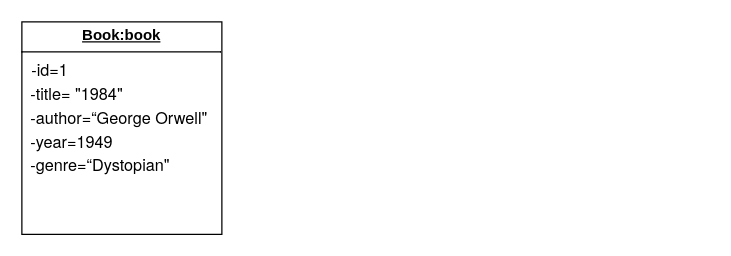
The draw.io diagram オブジェクト図.drawio in SuLeiMin/NewLibrarySystem, before the edit. Source tidied: cells renumbered, new cells numbered last; positions are measured from the earlier drawing's top-left corner, leaving out a move shared by most shapes. Both pictures are drawn from the tidied source at 125%, with x=0, y=0 at pixel (21, 21).
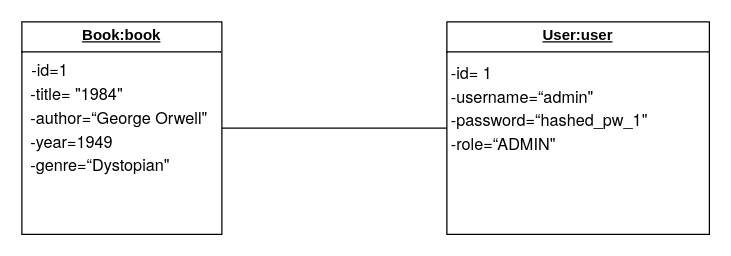
The same diagram, later.

Commit message (it also covers changes not shown here):
Update オブジェクト図.drawio

The edit, as a diff of the source:
```diff
@@
 <mxGraphModel>
   <root>
     <mxCell id="0" />
     <mxCell id="1" parent="0" />
+    <mxCell id="3" style="edgeStyle=orthogonalEdgeStyle;rounded=0;jettySize=auto;html=1;entryX=0;entryY=0.5;entryDx=0;entryDy=0;endArrow=none;startFill=0;" parent="1" edge="1" source="2" target="4">
+      <mxGeometry relative="1" as="geometry" />
+    </mxCell>
     <mxCell id="2" value="&lt;p style=&quot;margin:0px;margin-top:4px;text-align:center;text-decoration:underline;&quot;&gt;&lt;b&gt;Book:book&lt;/b&gt;&lt;/p&gt;&lt;hr size=&quot;1&quot; style=&quot;border-style:solid;&quot;&gt;&lt;p style=&quot;margin:0px;margin-left:8px;&quot;&gt;&lt;span style=&quot;font-family: &amp;quot;Helvetica Neue&amp;quot;; font-size: 13px; background-color: transparent; color: light-dark(rgb(0, 0, 0), rgb(255, 255, 255));&quot;&gt;-id=1&lt;/span&gt;&lt;/p&gt;&lt;p style=&quot;margin: 0px; font-variant-numeric: normal; font-variant-east-asian: normal; font-variant-alternates: normal; font-size-adjust: none; font-kerning: auto; font-optical-sizing: auto; font-feature-settings: normal; font-variation-settings: normal; font-variant-position: normal; font-variant-emoji: normal; font-stretch: normal; font-size: 13px; line-height: normal; font-family: &amp;quot;Helvetica Neue&amp;quot;;&quot; class=&quot;p1&quot;&gt;&amp;nbsp; -title= &quot;1984&quot;&lt;/p&gt;&lt;p style=&quot;margin: 0px; font-variant-numeric: normal; font-variant-east-asian: normal; font-variant-alternates: normal; font-size-adjust: none; font-kerning: auto; font-optical-sizing: auto; font-feature-settings: normal; font-variation-settings: normal; font-variant-position: normal; font-variant-emoji: normal; font-stretch: normal; font-size: 13px; line-height: normal; font-family: &amp;quot;Helvetica Neue&amp;quot;;&quot; class=&quot;p1&quot;&gt;&amp;nbsp; -author=“George Orwell&quot;&lt;/p&gt;&lt;p style=&quot;margin: 0px; font-variant-numeric: normal; font-variant-east-asian: normal; font-variant-alternates: normal; font-size-adjust: none; font-kerning: auto; font-optical-sizing: auto; font-feature-settings: normal; font-variation-settings: normal; font-variant-position: normal; font-variant-emoji: normal; font-stretch: normal; font-size: 13px; line-height: normal; font-family: &amp;quot;Helvetica Neue&amp;quot;;&quot; class=&quot;p1&quot;&gt;&amp;nbsp; -year=1949&lt;/p&gt;&lt;p style=&quot;margin: 0px; font-variant-numeric: normal; font-variant-east-asian: normal; font-variant-alternates: normal; font-size-adjust: none; font-kerning: auto; font-optical-sizing: auto; font-feature-settings: normal; font-variation-settings: normal; font-variant-position: normal; font-variant-emoji: normal; font-stretch: normal; font-size: 13px; line-height: normal; font-family: &amp;quot;Helvetica Neue&amp;quot;;&quot; class=&quot;p1&quot;&gt;&amp;nbsp; -genre=“Dystopian&quot;&lt;/p&gt;" style="verticalAlign=top;align=left;overflow=fill;html=1;whiteSpace=wrap;" parent="1" vertex="1">
       <mxGeometry width="160" height="170" as="geometry" />
     </mxCell>
+    <mxCell id="4" value="&lt;p style=&quot;margin:0px;margin-top:4px;text-align:center;text-decoration:underline;&quot;&gt;&lt;b&gt;User:user&lt;/b&gt;&lt;/p&gt;&lt;hr size=&quot;1&quot; style=&quot;border-style:solid;&quot;&gt;&lt;p style=&quot;margin: 0px; font-variant-numeric: normal; font-variant-east-asian: normal; font-variant-alternates: normal; font-size-adjust: none; font-kerning: auto; font-optical-sizing: auto; font-feature-settings: normal; font-variation-settings: normal; font-variant-position: normal; font-variant-emoji: normal; font-stretch: normal; font-size: 13px; line-height: normal; font-family: &amp;quot;Helvetica Neue&amp;quot;;&quot; class=&quot;p1&quot;&gt;&lt;span class=&quot;Apple-converted-space&quot;&gt;&amp;nbsp;&lt;/span&gt;-id= 1&lt;span class=&quot;Apple-converted-space&quot;&gt;&amp;nbsp;&lt;/span&gt;&lt;/p&gt;&lt;p style=&quot;margin: 0px; font-variant-numeric: normal; font-variant-east-asian: normal; font-variant-alternates: normal; font-size-adjust: none; font-kerning: auto; font-optical-sizing: auto; font-feature-settings: normal; font-variation-settings: normal; font-variant-position: normal; font-variant-emoji: normal; font-stretch: normal; font-size: 13px; line-height: normal; font-family: &amp;quot;Helvetica Neue&amp;quot;;&quot; class=&quot;p1&quot;&gt;&lt;span class=&quot;Apple-converted-space&quot;&gt;&amp;nbsp;&lt;/span&gt;-username=“admin&quot;&lt;span class=&quot;Apple-converted-space&quot;&gt;&amp;nbsp;&lt;/span&gt;&lt;/p&gt;&lt;p style=&quot;margin: 0px; font-variant-numeric: normal; font-variant-east-asian: normal; font-variant-alternates: normal; font-size-adjust: none; font-kerning: auto; font-optical-sizing: auto; font-feature-settings: normal; font-variation-settings: normal; font-variant-position: normal; font-variant-emoji: normal; font-stretch: normal; font-size: 13px; line-height: normal; font-family: &amp;quot;Helvetica Neue&amp;quot;;&quot; class=&quot;p1&quot;&gt;&lt;span class=&quot;Apple-converted-space&quot;&gt;&amp;nbsp;-&lt;/span&gt;password=“hashed_pw_1&quot;&lt;span class=&quot;Apple-converted-space&quot;&gt;&amp;nbsp;&lt;/span&gt;&lt;/p&gt;&lt;p style=&quot;margin: 0px; font-variant-numeric: normal; font-variant-east-asian: normal; font-variant-alternates: normal; font-size-adjust: none; font-kerning: auto; font-optical-sizing: auto; font-feature-settings: normal; font-variation-settings: normal; font-variant-position: normal; font-variant-emoji: normal; font-stretch: normal; font-size: 13px; line-height: normal; font-family: &amp;quot;Helvetica Neue&amp;quot;;&quot; class=&quot;p1&quot;&gt;&lt;span class=&quot;Apple-converted-space&quot;&gt;&amp;nbsp;&lt;/span&gt;-role=“ADMIN&quot;&lt;/p&gt;" style="verticalAlign=top;align=left;overflow=fill;html=1;whiteSpace=wrap;" parent="1" vertex="1">
+      <mxGeometry x="340" width="210" height="170" as="geometry" />
+    </mxCell>
   </root>
 </mxGraphModel>
```
